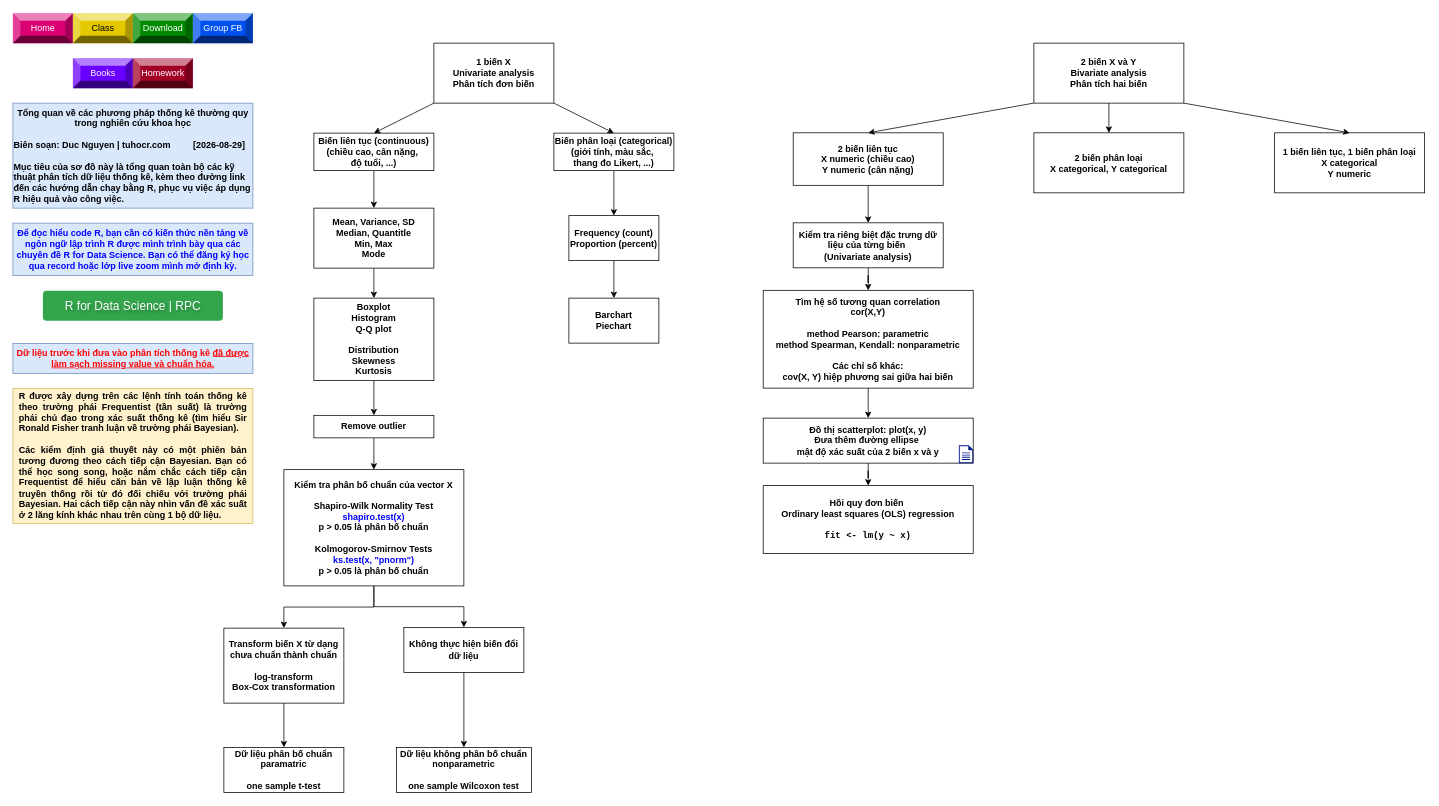
Earlier version of the draw.io diagram blog/cac-phuong-phap-thong-ke-thuong-quy/roadmap.drawio (tuhocr/thongkevavedothi). Source tidied: cells renumbered, new cells numbered last; positions are measured from the earlier drawing's top-left corner, leaving out a move shared by most shapes. Both pictures are drawn from the tidied source at 75%, with x=0, y=0 at pixel (13, 13).
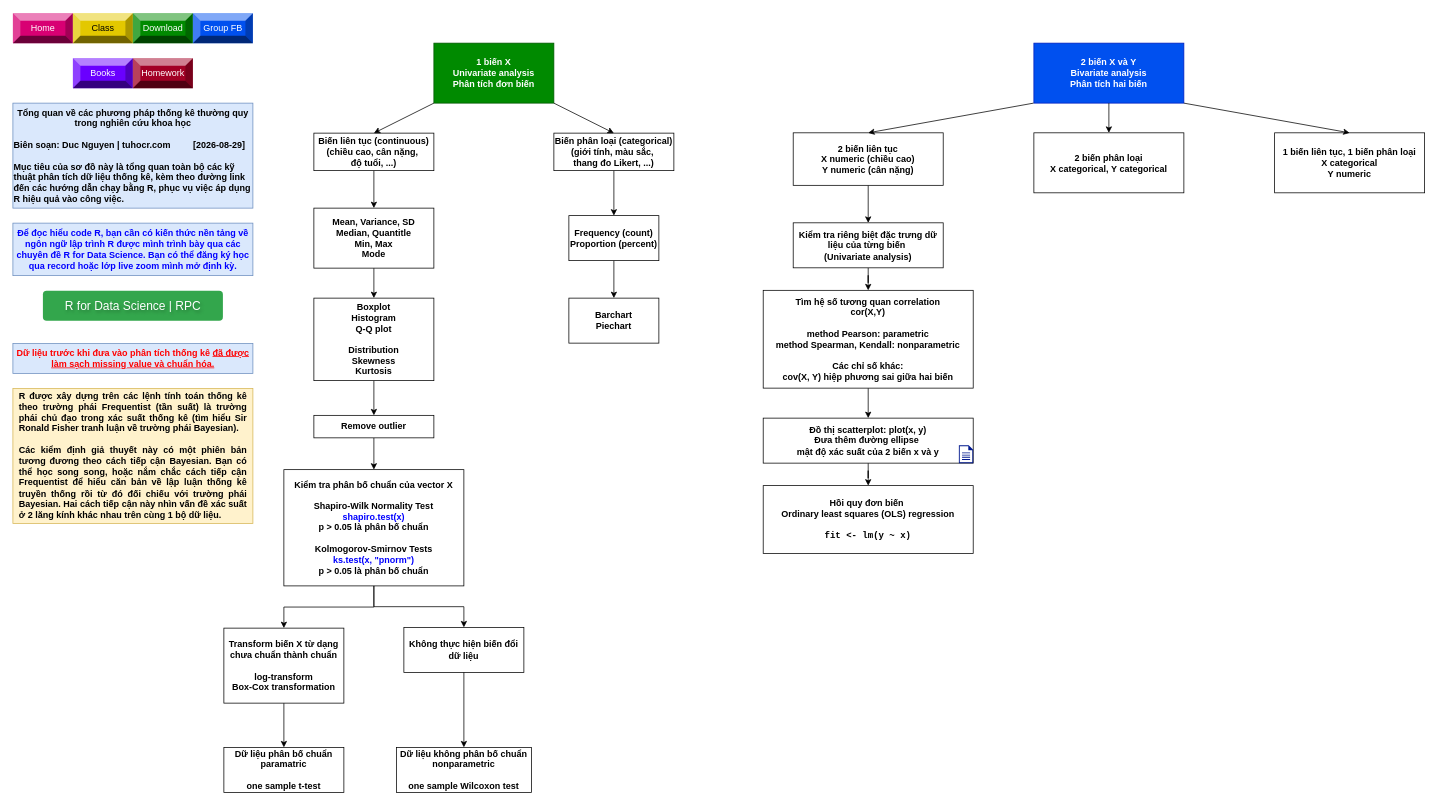
Above is the later version.

Diff of the diagram source:
```diff
@@
-    <mxCell id="2" value="1 biến X&lt;div&gt;&lt;div&gt;Univariate analysis&lt;/div&gt;&lt;div&gt;Phân tích đơn biến&lt;/div&gt;&lt;/div&gt;" style="rounded=0;whiteSpace=wrap;html=1;fontStyle=1;" parent="1" vertex="1">
+    <mxCell id="2" value="1 biến X&lt;div&gt;&lt;div&gt;Univariate analysis&lt;/div&gt;&lt;div&gt;Phân tích đơn biến&lt;/div&gt;&lt;/div&gt;" style="rounded=0;whiteSpace=wrap;html=1;fontStyle=1;fillColor=#008a00;fontColor=#ffffff;strokeColor=#005700;" parent="1" vertex="1">
       <mxGeometry x="561" y="40" width="160" height="80" as="geometry" />
     </mxCell>
@@
-    <mxCell id="22" value="2 biến X và Y&lt;div&gt;&lt;div&gt;Bivariate analysis&lt;/div&gt;&lt;div&gt;Phân tích hai biến&lt;/div&gt;&lt;/div&gt;" style="rounded=0;whiteSpace=wrap;html=1;fontStyle=1;" parent="1" vertex="1">
+    <mxCell id="22" value="2 biến X và Y&lt;div&gt;&lt;div&gt;Bivariate analysis&lt;/div&gt;&lt;div&gt;Phân tích hai biến&lt;/div&gt;&lt;/div&gt;" style="rounded=0;whiteSpace=wrap;html=1;fontStyle=1;fillColor=#0050ef;fontColor=#ffffff;strokeColor=#001DBC;" parent="1" vertex="1">
       <mxGeometry x="1361" y="40" width="200" height="80" as="geometry" />
     </mxCell>
```
